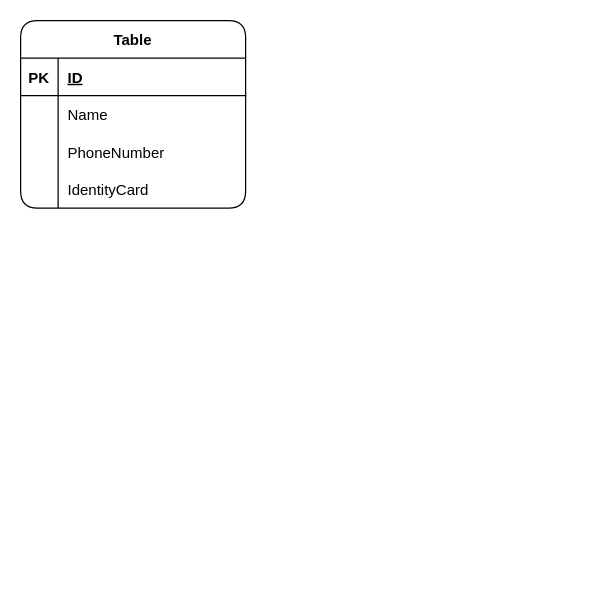
Before: page "Trang-2" (2 of 2) of DbQuanLyNhanSu.drawio in thongnguyen28101994/dbquanlynhansu, a draw.io diagram. Source tidied: cells renumbered, new cells numbered last; positions are measured from the earlier drawing's top-left corner, leaving out a move shared by most shapes. Both pictures are drawn from the tidied source at 125%, with x=0, y=0 at pixel (20, 20).
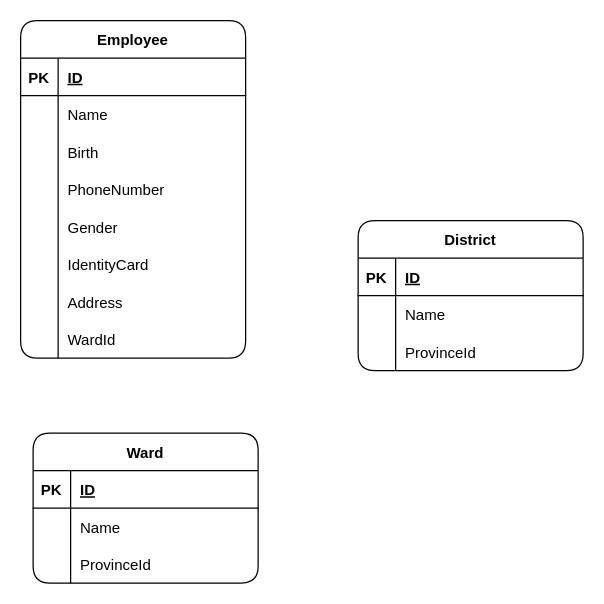
Above is the later version.

Commit message:
Cập nhật DbQuanLyNhanSu.drawio

The edit, as a diff of the source:
```diff
@@
-    <mxCell id="2" value="Table" style="shape=table;startSize=30;childLayout=tableLayout;rowLines=0;fontStyle=1;align=center;rounded=1;" parent="1" vertex="1">
-      <mxGeometry width="180" height="150" as="geometry" />
+    <mxCell id="2" value="Employee" style="shape=table;startSize=30;childLayout=tableLayout;rowLines=0;fontStyle=1;align=center;rounded=1;" parent="1" vertex="1">
+      <mxGeometry width="180" height="270" as="geometry" />
     </mxCell>
@@
+    <mxCell id="15" style="shape=tableRow;horizontal=0;startSize=0;swimlaneHead=0;swimlaneBody=0;fillColor=none;top=0;left=0;right=0;bottom=0;rounded=1;sketch=0;" parent="2" vertex="1">
+      <mxGeometry y="90" width="180" height="30" as="geometry" />
+    </mxCell>
+    <mxCell id="16" style="shape=partialRectangle;fillColor=none;top=0;left=0;bottom=0;right=0;overflow=hidden;rounded=1;sketch=0;" parent="15" vertex="1">
+      <mxGeometry width="30" height="30" as="geometry" />
+    </mxCell>
+    <mxCell id="17" value="Birth" style="shape=partialRectangle;fillColor=none;top=0;left=0;bottom=0;right=0;align=left;spacingLeft=6;overflow=hidden;rounded=1;sketch=0;" parent="15" vertex="1">
+      <mxGeometry x="30" width="150" height="30" as="geometry" />
+    </mxCell>
     <mxCell id="9" style="shape=tableRow;horizontal=0;startSize=0;swimlaneHead=0;swimlaneBody=0;fillColor=none;top=0;left=0;right=0;bottom=0;" parent="2" vertex="1">
-      <mxGeometry y="90" width="180" height="30" as="geometry" />
+      <mxGeometry y="120" width="180" height="30" as="geometry" />
     </mxCell>
@@
+    <mxCell id="18" style="shape=tableRow;horizontal=0;startSize=0;swimlaneHead=0;swimlaneBody=0;fillColor=none;top=0;left=0;right=0;bottom=0;rounded=1;sketch=0;" parent="2" vertex="1">
+      <mxGeometry y="150" width="180" height="30" as="geometry" />
+    </mxCell>
+    <mxCell id="19" style="shape=partialRectangle;fillColor=none;top=0;left=0;bottom=0;right=0;overflow=hidden;rounded=1;sketch=0;" parent="18" vertex="1">
+      <mxGeometry width="30" height="30" as="geometry" />
+    </mxCell>
+    <mxCell id="20" value="Gender" style="shape=partialRectangle;fillColor=none;top=0;left=0;bottom=0;right=0;align=left;spacingLeft=6;overflow=hidden;rounded=1;sketch=0;" parent="18" vertex="1">
+      <mxGeometry x="30" width="150" height="30" as="geometry" />
+    </mxCell>
     <mxCell id="12" style="shape=tableRow;horizontal=0;startSize=0;swimlaneHead=0;swimlaneBody=0;fillColor=none;top=0;left=0;right=0;bottom=0;" parent="2" vertex="1">
-      <mxGeometry y="120" width="180" height="30" as="geometry" />
+      <mxGeometry y="180" width="180" height="30" as="geometry" />
     </mxCell>
@@
+    <mxCell id="21" style="shape=tableRow;horizontal=0;startSize=0;swimlaneHead=0;swimlaneBody=0;fillColor=none;top=0;left=0;right=0;bottom=0;rounded=1;sketch=0;" parent="2" vertex="1">
+      <mxGeometry y="210" width="180" height="30" as="geometry" />
+    </mxCell>
+    <mxCell id="22" style="shape=partialRectangle;fillColor=none;top=0;left=0;bottom=0;right=0;overflow=hidden;rounded=1;sketch=0;" parent="21" vertex="1">
+      <mxGeometry width="30" height="30" as="geometry" />
+    </mxCell>
+    <mxCell id="23" value="Address" style="shape=partialRectangle;fillColor=none;top=0;left=0;bottom=0;right=0;align=left;spacingLeft=6;overflow=hidden;rounded=1;sketch=0;" parent="21" vertex="1">
+      <mxGeometry x="30" width="150" height="30" as="geometry" />
+    </mxCell>
+    <mxCell id="24" style="shape=tableRow;horizontal=0;startSize=0;swimlaneHead=0;swimlaneBody=0;fillColor=none;top=0;left=0;right=0;bottom=0;rounded=1;sketch=0;" parent="2" vertex="1">
+      <mxGeometry y="240" width="180" height="30" as="geometry" />
+    </mxCell>
+    <mxCell id="25" style="shape=partialRectangle;fillColor=none;top=0;left=0;bottom=0;right=0;overflow=hidden;rounded=1;sketch=0;" parent="24" vertex="1">
+      <mxGeometry width="30" height="30" as="geometry" />
+    </mxCell>
+    <mxCell id="26" value="WardId" style="shape=partialRectangle;fillColor=none;top=0;left=0;bottom=0;right=0;align=left;spacingLeft=6;overflow=hidden;rounded=1;sketch=0;" parent="24" vertex="1">
+      <mxGeometry x="30" width="150" height="30" as="geometry" />
+    </mxCell>
+    <mxCell id="27" value="District" style="shape=table;startSize=30;childLayout=tableLayout;rowLines=0;fontStyle=1;align=center;rounded=1;sketch=0;" parent="1" vertex="1">
+      <mxGeometry x="270" y="160" width="180" height="120" as="geometry" />
+    </mxCell>
+    <mxCell id="28" style="shape=tableRow;horizontal=0;startSize=0;swimlaneHead=0;swimlaneBody=0;fillColor=none;top=0;left=0;right=0;bottom=1;rounded=1;sketch=0;" parent="27" vertex="1">
+      <mxGeometry y="30" width="180" height="30" as="geometry" />
+    </mxCell>
+    <mxCell id="29" value="PK" style="shape=partialRectangle;fillColor=none;top=0;left=0;bottom=0;right=0;fontStyle=1;overflow=hidden;rounded=1;sketch=0;" parent="28" vertex="1">
+      <mxGeometry width="30" height="30" as="geometry" />
+    </mxCell>
+    <mxCell id="30" value="ID" style="shape=partialRectangle;fillColor=none;top=0;left=0;bottom=0;right=0;align=left;spacingLeft=6;fontStyle=5;overflow=hidden;rounded=1;sketch=0;" parent="28" vertex="1">
+      <mxGeometry x="30" width="150" height="30" as="geometry" />
+    </mxCell>
+    <mxCell id="31" style="shape=tableRow;horizontal=0;startSize=0;swimlaneHead=0;swimlaneBody=0;fillColor=none;top=0;left=0;right=0;bottom=0;rounded=1;sketch=0;" parent="27" vertex="1">
+      <mxGeometry y="60" width="180" height="30" as="geometry" />
+    </mxCell>
+    <mxCell id="32" style="shape=partialRectangle;fillColor=none;top=0;left=0;bottom=0;right=0;overflow=hidden;rounded=1;sketch=0;" parent="31" vertex="1">
+      <mxGeometry width="30" height="30" as="geometry" />
+    </mxCell>
+    <mxCell id="33" value="Name" style="shape=partialRectangle;fillColor=none;top=0;left=0;bottom=0;right=0;align=left;spacingLeft=6;overflow=hidden;rounded=1;sketch=0;" parent="31" vertex="1">
+      <mxGeometry x="30" width="150" height="30" as="geometry" />
+    </mxCell>
+    <mxCell id="34" style="shape=tableRow;horizontal=0;startSize=0;swimlaneHead=0;swimlaneBody=0;fillColor=none;top=0;left=0;right=0;bottom=0;rounded=1;sketch=0;" parent="27" vertex="1">
+      <mxGeometry y="90" width="180" height="30" as="geometry" />
+    </mxCell>
+    <mxCell id="35" style="shape=partialRectangle;fillColor=none;top=0;left=0;bottom=0;right=0;overflow=hidden;rounded=1;sketch=0;" parent="34" vertex="1">
+      <mxGeometry width="30" height="30" as="geometry" />
+    </mxCell>
+    <mxCell id="36" value="ProvinceId" style="shape=partialRectangle;fillColor=none;top=0;left=0;bottom=0;right=0;align=left;spacingLeft=6;overflow=hidden;rounded=1;sketch=0;" parent="34" vertex="1">
+      <mxGeometry x="30" width="150" height="30" as="geometry" />
+    </mxCell>
+    <mxCell id="37" value="Ward" style="shape=table;startSize=30;childLayout=tableLayout;rowLines=0;fontStyle=1;align=center;rounded=1;sketch=0;" parent="1" vertex="1">
+      <mxGeometry x="10" y="330" width="180" height="120" as="geometry" />
+    </mxCell>
+    <mxCell id="38" style="shape=tableRow;horizontal=0;startSize=0;swimlaneHead=0;swimlaneBody=0;fillColor=none;top=0;left=0;right=0;bottom=1;rounded=1;sketch=0;" parent="37" vertex="1">
+      <mxGeometry y="30" width="180" height="30" as="geometry" />
+    </mxCell>
+    <mxCell id="39" value="PK" style="shape=partialRectangle;fillColor=none;top=0;left=0;bottom=0;right=0;fontStyle=1;overflow=hidden;rounded=1;sketch=0;" parent="38" vertex="1">
+      <mxGeometry width="30" height="30" as="geometry" />
+    </mxCell>
+    <mxCell id="40" value="ID" style="shape=partialRectangle;fillColor=none;top=0;left=0;bottom=0;right=0;align=left;spacingLeft=6;fontStyle=5;overflow=hidden;rounded=1;sketch=0;" parent="38" vertex="1">
+      <mxGeometry x="30" width="150" height="30" as="geometry" />
+    </mxCell>
+    <mxCell id="41" style="shape=tableRow;horizontal=0;startSize=0;swimlaneHead=0;swimlaneBody=0;fillColor=none;top=0;left=0;right=0;bottom=0;rounded=1;sketch=0;" parent="37" vertex="1">
+      <mxGeometry y="60" width="180" height="30" as="geometry" />
+    </mxCell>
+    <mxCell id="42" style="shape=partialRectangle;fillColor=none;top=0;left=0;bottom=0;right=0;overflow=hidden;rounded=1;sketch=0;" parent="41" vertex="1">
+      <mxGeometry width="30" height="30" as="geometry" />
+    </mxCell>
+    <mxCell id="43" value="Name" style="shape=partialRectangle;fillColor=none;top=0;left=0;bottom=0;right=0;align=left;spacingLeft=6;overflow=hidden;rounded=1;sketch=0;" parent="41" vertex="1">
+      <mxGeometry x="30" width="150" height="30" as="geometry" />
+    </mxCell>
+    <mxCell id="44" style="shape=tableRow;horizontal=0;startSize=0;swimlaneHead=0;swimlaneBody=0;fillColor=none;top=0;left=0;right=0;bottom=0;rounded=1;sketch=0;" parent="37" vertex="1">
+      <mxGeometry y="90" width="180" height="30" as="geometry" />
+    </mxCell>
+    <mxCell id="45" style="shape=partialRectangle;fillColor=none;top=0;left=0;bottom=0;right=0;overflow=hidden;rounded=1;sketch=0;" parent="44" vertex="1">
+      <mxGeometry width="30" height="30" as="geometry" />
+    </mxCell>
+    <mxCell id="46" value="ProvinceId" style="shape=partialRectangle;fillColor=none;top=0;left=0;bottom=0;right=0;align=left;spacingLeft=6;overflow=hidden;rounded=1;sketch=0;" parent="44" vertex="1">
+      <mxGeometry x="30" width="150" height="30" as="geometry" />
+    </mxCell>
```
